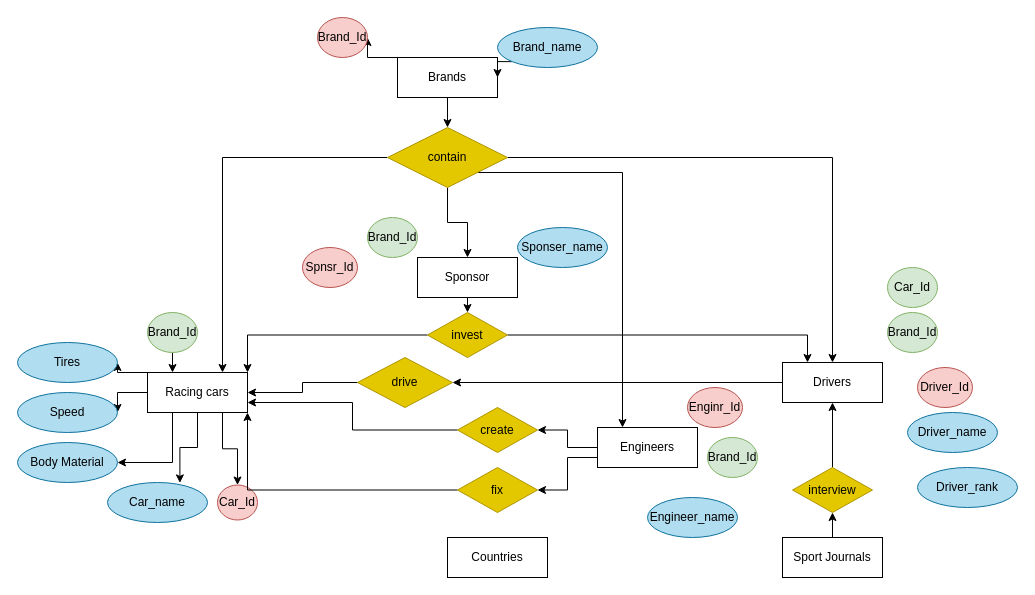
Before: Untitled Diagram.drawio in sabajhn/scroll-js, a draw.io diagram. Source tidied: cells renumbered, new cells numbered last; positions are measured from the earlier drawing's top-left corner, leaving out a move shared by most shapes. Both pictures are drawn from the tidied source at 100%, with x=0, y=0 at pixel (17, 17).
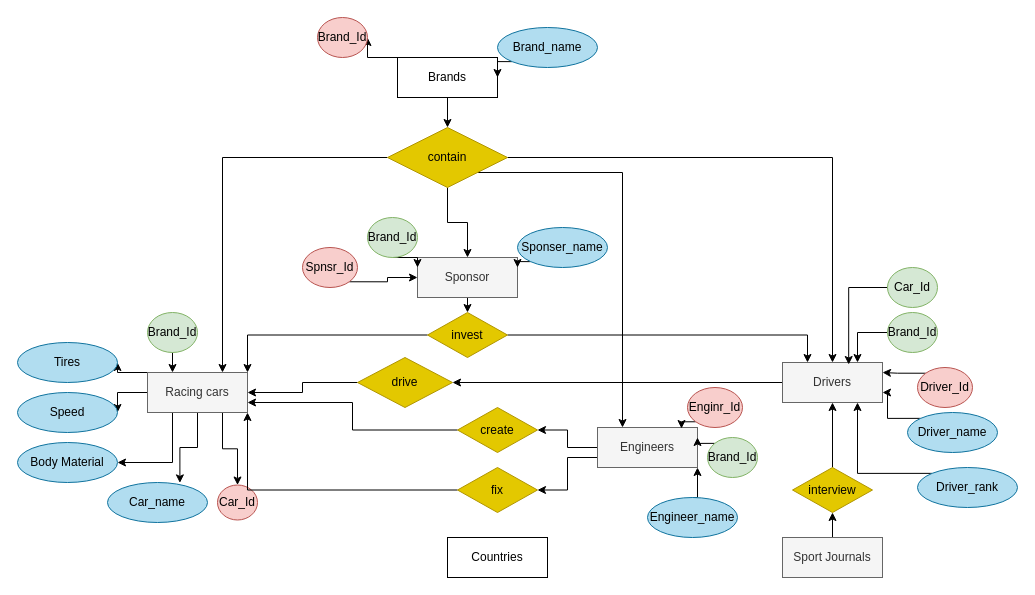
The same diagram, later.

Unchanged cells that the change refers to:
```xml
<mxCell id="33" value="Brand_Id" style="ellipse;whiteSpace=wrap;html=1;align=center;fillColor=#d5e8d4;strokeColor=#82b366;" parent="1" vertex="1">
  <mxGeometry x="870" y="295" width="50" height="40" as="geometry" />
</mxCell>
<mxCell id="34" value="Brand_Id" style="ellipse;whiteSpace=wrap;html=1;align=center;fillColor=#d5e8d4;strokeColor=#82b366;" parent="1" vertex="1">
  <mxGeometry x="690" y="420" width="50" height="40" as="geometry" />
</mxCell>
<mxCell id="35" value="Brand_Id" style="ellipse;whiteSpace=wrap;html=1;align=center;fillColor=#d5e8d4;strokeColor=#82b366;" parent="1" vertex="1">
  <mxGeometry x="350" y="200" width="50" height="40" as="geometry" />
</mxCell>
<mxCell id="47" value="Driver_Id" style="ellipse;whiteSpace=wrap;html=1;align=center;fillColor=#f8cecc;strokeColor=#b85450;" parent="1" vertex="1">
  <mxGeometry x="900" y="350" width="55" height="40" as="geometry" />
</mxCell>
<mxCell id="48" value="Spnsr_Id" style="ellipse;whiteSpace=wrap;html=1;align=center;fillColor=#f8cecc;strokeColor=#b85450;" parent="1" vertex="1">
  <mxGeometry x="285" y="230" width="55" height="40" as="geometry" />
</mxCell>
<mxCell id="49" value="Enginr_Id" style="ellipse;whiteSpace=wrap;html=1;align=center;fillColor=#f8cecc;strokeColor=#b85450;" parent="1" vertex="1">
  <mxGeometry x="670" y="370" width="55" height="40" as="geometry" />
</mxCell>
<mxCell id="54" value="Sponser_name" style="ellipse;whiteSpace=wrap;html=1;align=center;fillColor=#b1ddf0;strokeColor=#10739e;" parent="1" vertex="1">
  <mxGeometry x="500" y="210" width="90" height="40" as="geometry" />
</mxCell>
<mxCell id="55" value="Driver_name" style="ellipse;whiteSpace=wrap;html=1;align=center;fillColor=#b1ddf0;strokeColor=#10739e;" parent="1" vertex="1">
  <mxGeometry x="890" y="395" width="90" height="40" as="geometry" />
</mxCell>
<mxCell id="56" value="Car_Id" style="ellipse;whiteSpace=wrap;html=1;align=center;fillColor=#d5e8d4;strokeColor=#82b366;" parent="1" vertex="1">
  <mxGeometry x="870" y="250" width="50" height="40" as="geometry" />
</mxCell>
<mxCell id="57" value="Driver_rank" style="ellipse;whiteSpace=wrap;html=1;align=center;fillColor=#b1ddf0;strokeColor=#10739e;" parent="1" vertex="1">
  <mxGeometry x="900" y="450" width="100" height="40" as="geometry" />
</mxCell>
<mxCell id="58" value="Engineer_name" style="ellipse;whiteSpace=wrap;html=1;align=center;fillColor=#b1ddf0;strokeColor=#10739e;" parent="1" vertex="1">
  <mxGeometry x="630" y="480" width="90" height="40" as="geometry" />
</mxCell>
```

Diff of the diagram source:
```diff
@@
-    <mxCell id="6" value="Drivers" style="whiteSpace=wrap;html=1;align=center;" parent="1" vertex="1">
+    <mxCell id="6" value="Drivers" style="whiteSpace=wrap;html=1;align=center;fillColor=#f5f5f5;fontColor=#333333;strokeColor=#666666;" parent="1" vertex="1">
       <mxGeometry x="765" y="345" width="100" height="40" as="geometry" />
     </mxCell>
@@
-    <mxCell id="9" value="Engineers" style="whiteSpace=wrap;html=1;align=center;" parent="1" vertex="1">
+    <mxCell id="9" value="Engineers" style="whiteSpace=wrap;html=1;align=center;fillColor=#f5f5f5;fontColor=#333333;strokeColor=#666666;" parent="1" vertex="1">
       <mxGeometry x="580" y="410" width="100" height="40" as="geometry" />
     </mxCell>
@@
-    <mxCell id="12" value="Sponsor" style="whiteSpace=wrap;html=1;align=center;" parent="1" vertex="1">
+    <mxCell id="12" value="Sponsor" style="whiteSpace=wrap;html=1;align=center;fillColor=#f5f5f5;strokeColor=#666666;fontColor=#333333;" parent="1" vertex="1">
       <mxGeometry x="400" y="240" width="100" height="40" as="geometry" />
     </mxCell>
@@
-    <mxCell id="19" value="Racing cars" style="whiteSpace=wrap;html=1;align=center;" parent="1" vertex="1">
+    <mxCell id="19" value="Racing cars" style="whiteSpace=wrap;html=1;align=center;fillColor=#f5f5f5;fontColor=#333333;strokeColor=#666666;" parent="1" vertex="1">
       <mxGeometry x="130" y="355" width="100" height="40" as="geometry" />
     </mxCell>
@@
-    <mxCell id="21" value="Sport Journals" style="whiteSpace=wrap;html=1;align=center;" parent="1" vertex="1">
+    <mxCell id="21" value="Sport Journals" style="whiteSpace=wrap;html=1;align=center;fillColor=#f5f5f5;fontColor=#333333;strokeColor=#666666;" parent="1" vertex="1">
       <mxGeometry x="765" y="520" width="100" height="40" as="geometry" />
     </mxCell>
@@
+    <mxCell id="59" style="edgeStyle=orthogonalEdgeStyle;rounded=0;jettySize=auto;html=1;exitX=0;exitY=0.5;exitDx=0;exitDy=0;entryX=0.75;entryY=0;entryDx=0;entryDy=0;" parent="1" edge="1" source="33" target="6">
+      <mxGeometry relative="1" as="geometry" />
+    </mxCell>
@@
+    <mxCell id="60" style="edgeStyle=orthogonalEdgeStyle;rounded=0;jettySize=auto;html=1;exitX=0;exitY=0;exitDx=0;exitDy=0;entryX=1;entryY=0.25;entryDx=0;entryDy=0;" parent="1" edge="1" source="34" target="9">
+      <mxGeometry relative="1" as="geometry" />
+    </mxCell>
@@
+    <mxCell id="61" style="edgeStyle=orthogonalEdgeStyle;rounded=0;jettySize=auto;html=1;exitX=0.5;exitY=1;exitDx=0;exitDy=0;entryX=0;entryY=0.25;entryDx=0;entryDy=0;" parent="1" edge="1" source="35" target="12">
+      <mxGeometry relative="1" as="geometry" />
+    </mxCell>
@@
+    <mxCell id="62" style="edgeStyle=orthogonalEdgeStyle;rounded=0;jettySize=auto;html=1;exitX=0;exitY=0;exitDx=0;exitDy=0;entryX=1;entryY=0.25;entryDx=0;entryDy=0;" parent="1" edge="1" source="47" target="6">
+      <mxGeometry relative="1" as="geometry" />
+    </mxCell>
@@
+    <mxCell id="63" style="edgeStyle=orthogonalEdgeStyle;rounded=0;jettySize=auto;html=1;exitX=1;exitY=1;exitDx=0;exitDy=0;entryX=0;entryY=0.5;entryDx=0;entryDy=0;" parent="1" edge="1" source="48" target="12">
+      <mxGeometry relative="1" as="geometry" />
+    </mxCell>
@@
+    <mxCell id="64" style="edgeStyle=orthogonalEdgeStyle;rounded=0;jettySize=auto;html=1;exitX=0;exitY=1;exitDx=0;exitDy=0;entryX=0.84;entryY=0.025;entryDx=0;entryDy=0;entryPerimeter=0;" parent="1" edge="1" source="49" target="9">
+      <mxGeometry relative="1" as="geometry" />
+    </mxCell>
@@
+    <mxCell id="65" style="edgeStyle=orthogonalEdgeStyle;rounded=0;jettySize=auto;html=1;exitX=0;exitY=1;exitDx=0;exitDy=0;entryX=1;entryY=0.25;entryDx=0;entryDy=0;" parent="1" edge="1" source="54" target="12">
+      <mxGeometry relative="1" as="geometry" />
+    </mxCell>
@@
+    <mxCell id="66" style="edgeStyle=orthogonalEdgeStyle;rounded=0;jettySize=auto;html=1;exitX=0;exitY=0;exitDx=0;exitDy=0;entryX=1;entryY=0.75;entryDx=0;entryDy=0;" parent="1" edge="1" source="55" target="6">
+      <mxGeometry relative="1" as="geometry" />
+    </mxCell>
@@
+    <mxCell id="67" style="edgeStyle=orthogonalEdgeStyle;rounded=0;jettySize=auto;html=1;exitX=0;exitY=0.5;exitDx=0;exitDy=0;entryX=0.662;entryY=0.05;entryDx=0;entryDy=0;entryPerimeter=0;" parent="1" edge="1" source="56" target="6">
+      <mxGeometry relative="1" as="geometry" />
+    </mxCell>
@@
+    <mxCell id="68" style="edgeStyle=orthogonalEdgeStyle;rounded=0;jettySize=auto;html=1;exitX=0;exitY=0;exitDx=0;exitDy=0;entryX=0.75;entryY=1;entryDx=0;entryDy=0;" parent="1" edge="1" source="57" target="6">
+      <mxGeometry relative="1" as="geometry" />
+    </mxCell>
@@
+    <mxCell id="69" style="edgeStyle=orthogonalEdgeStyle;rounded=0;jettySize=auto;html=1;exitX=0.5;exitY=0;exitDx=0;exitDy=0;entryX=1;entryY=1;entryDx=0;entryDy=0;" parent="1" edge="1" source="58" target="9">
+      <mxGeometry relative="1" as="geometry" />
+    </mxCell>
```
